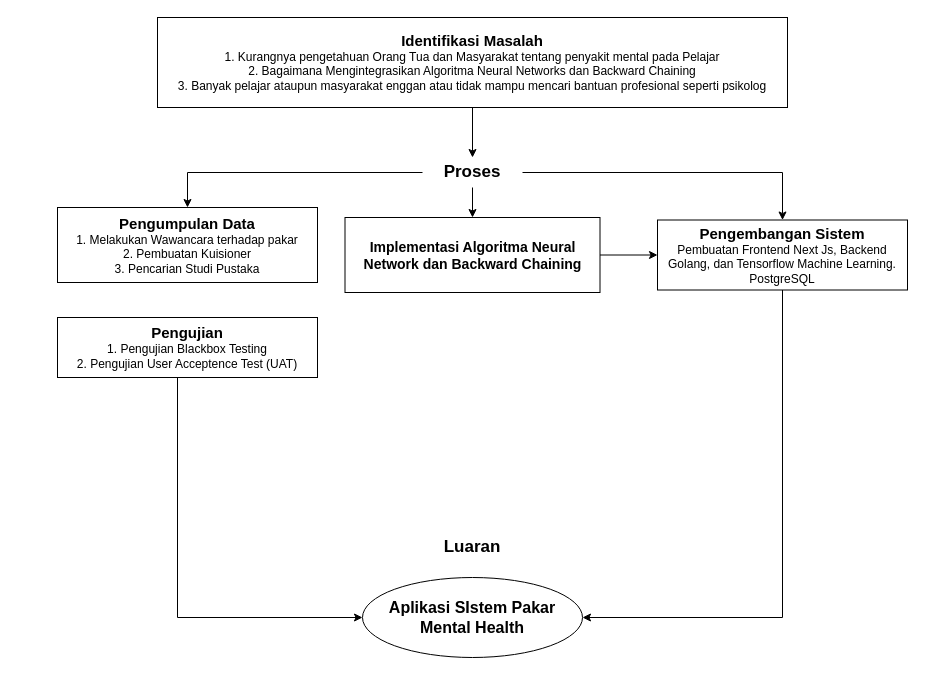
KingRovs771/Skripsi-Document keeps this draw.io diagram as Dokumen/Gambar Diagram/Kerangka Pikir.drawio. Above is the earlier version. Source tidied: cells renumbered, new cells numbered last; positions are measured from the earlier drawing's top-left corner, leaving out a move shared by most shapes. Both pictures are drawn from the tidied source at 100%, with x=0, y=0 at pixel (57, 17).
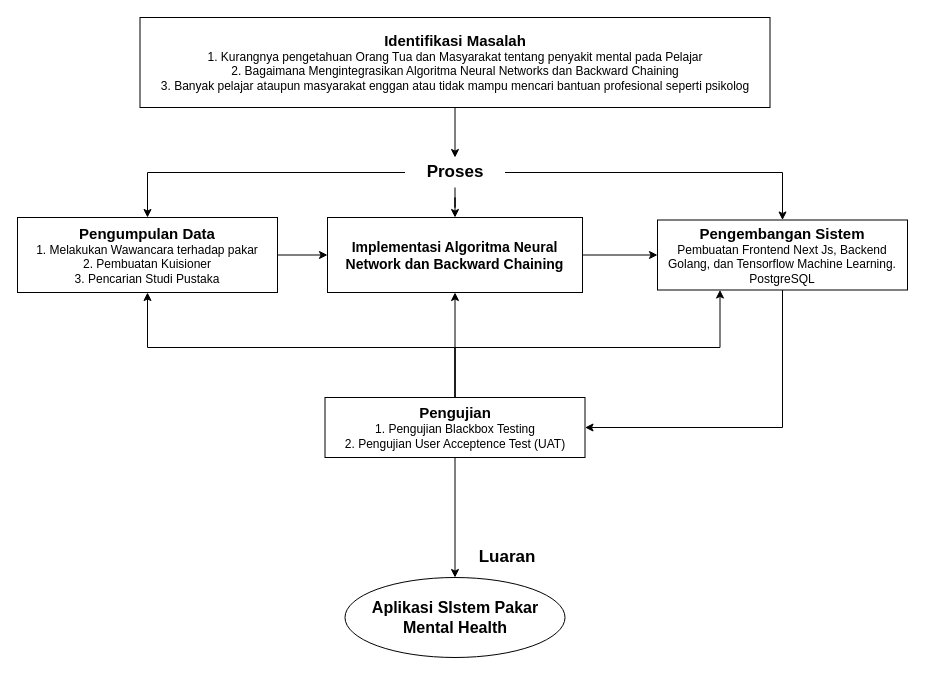
After the change.

Commit message (it also covers changes not shown here):
Update Kerangka Pikir

The change refers to these unchanged cells:
```xml
<mxCell id="8" value="&lt;b&gt;&lt;font style=&quot;font-size: 15px;&quot;&gt;Pengembangan Sistem&lt;/font&gt;&lt;/b&gt;&lt;div&gt;Pembuatan Frontend Next Js, Backend Golang, dan Tensorflow Machine Learning. PostgreSQL&lt;/div&gt;" style="rounded=0;whiteSpace=wrap;html=1;" parent="1" vertex="1">
  <mxGeometry x="600" y="202.5" width="250" height="70" as="geometry" />
</mxCell>
```

Diff of the diagram source:
```diff
@@
     <mxCell id="4" value="Proses" style="text;html=1;align=center;verticalAlign=middle;whiteSpace=wrap;rounded=0;fontSize=17;fontStyle=1;" parent="1" vertex="1">
-      <mxGeometry x="365" y="140" width="100" height="30" as="geometry" />
+      <mxGeometry x="347.5" y="140" width="100" height="30" as="geometry" />
     </mxCell>
@@
-    <mxCell id="7" style="edgeStyle=orthogonalEdgeStyle;rounded=0;jettySize=auto;html=1;entryX=1;entryY=0.5;entryDx=0;entryDy=0;exitX=0.5;exitY=1;exitDx=0;exitDy=0;" parent="1" edge="1" source="8" target="12">
+    <mxCell id="7" style="edgeStyle=orthogonalEdgeStyle;rounded=0;jettySize=auto;html=1;entryX=1;entryY=0.5;entryDx=0;entryDy=0;exitX=0.5;exitY=1;exitDx=0;exitDy=0;" parent="1" edge="1" source="8" target="10">
       <mxGeometry relative="1" as="geometry">
         <Array as="points">
-          <mxPoint x="725" y="600" />
+          <mxPoint x="725" y="410" />
         </Array>
       </mxGeometry>
     </mxCell>
@@
-    <mxCell id="9" style="edgeStyle=orthogonalEdgeStyle;rounded=0;jettySize=auto;html=1;entryX=0;entryY=0.5;entryDx=0;entryDy=0;" parent="1" edge="1" source="10" target="12">
-      <mxGeometry relative="1" as="geometry">
-        <Array as="points">
-          <mxPoint x="120" y="600" />
-        </Array>
-      </mxGeometry>
+    <mxCell id="9" style="edgeStyle=orthogonalEdgeStyle;rounded=0;jettySize=auto;html=1;" parent="1" edge="1" source="10" target="12">
+      <mxGeometry relative="1" as="geometry" />
     </mxCell>
+    <mxCell id="18" style="edgeStyle=orthogonalEdgeStyle;rounded=0;jettySize=auto;html=1;entryX=0.5;entryY=1;entryDx=0;entryDy=0;" parent="1" edge="1" source="10" target="15">
+      <mxGeometry relative="1" as="geometry">
+        <Array as="points">
+          <mxPoint x="398" y="330" />
+          <mxPoint x="90" y="330" />
+        </Array>
+      </mxGeometry>
+    </mxCell>
+    <mxCell id="19" style="edgeStyle=orthogonalEdgeStyle;rounded=0;jettySize=auto;html=1;entryX=0.5;entryY=1;entryDx=0;entryDy=0;" parent="1" edge="1" source="10" target="17">
+      <mxGeometry relative="1" as="geometry" />
+    </mxCell>
+    <mxCell id="20" style="edgeStyle=orthogonalEdgeStyle;rounded=0;jettySize=auto;html=1;entryX=0.25;entryY=1;entryDx=0;entryDy=0;" parent="1" edge="1" source="10" target="8">
+      <mxGeometry relative="1" as="geometry">
+        <Array as="points">
+          <mxPoint x="398" y="330" />
+          <mxPoint x="663" y="330" />
+        </Array>
+      </mxGeometry>
+    </mxCell>
     <mxCell id="10" value="&lt;font style=&quot;font-size: 15px;&quot;&gt;&lt;b&gt;Pengujian&lt;/b&gt;&lt;/font&gt;&lt;div&gt;1. Pengujian Blackbox Testing&lt;/div&gt;&lt;div&gt;2. Pengujian User Acceptence Test (UAT)&lt;/div&gt;" style="rounded=0;whiteSpace=wrap;html=1;" parent="1" vertex="1">
-      <mxGeometry y="300" width="260" height="60" as="geometry" />
+      <mxGeometry x="267.5" y="380" width="260" height="60" as="geometry" />
     </mxCell>
     <mxCell id="11" value="Luaran" style="text;html=1;align=center;verticalAlign=middle;whiteSpace=wrap;rounded=0;fontSize=17;fontStyle=1;" parent="1" vertex="1">
-      <mxGeometry x="365" y="510" width="100" height="40" as="geometry" />
+      <mxGeometry x="400" y="520" width="100" height="40" as="geometry" />
     </mxCell>
     <mxCell id="12" value="&lt;font style=&quot;font-size: 16px;&quot;&gt;Aplikasi SIstem Pakar Mental Health&lt;/font&gt;" style="ellipse;whiteSpace=wrap;html=1;fontStyle=1;" parent="1" vertex="1">
-      <mxGeometry x="305" y="560" width="220" height="80" as="geometry" />
+      <mxGeometry x="287.5" y="560" width="220" height="80" as="geometry" />
     </mxCell>
@@
     <mxCell id="14" value="&lt;b&gt;&lt;font style=&quot;font-size: 15px;&quot;&gt;Identifikasi Masalah&lt;/font&gt;&lt;/b&gt;&lt;div&gt;&lt;font style=&quot;&quot;&gt;1. Kurangnya pengetahuan Orang Tua dan Masyarakat tentang penyakit mental pada Pelajar&lt;/font&gt;&lt;/div&gt;&lt;div&gt;&lt;font style=&quot;&quot;&gt;2. Bagaimana Mengintegrasikan Algoritma Neural Networks dan Backward Chaining&lt;/font&gt;&lt;/div&gt;&lt;div&gt;&lt;font style=&quot;&quot;&gt;3. Banyak pelajar ataupun masyarakat enggan atau tidak mampu mencari bantuan profesional seperti psikolog&lt;/font&gt;&lt;/div&gt;" style="rounded=0;whiteSpace=wrap;html=1;" parent="1" vertex="1">
-      <mxGeometry x="100" width="630" height="90" as="geometry" />
+      <mxGeometry x="82.5" width="630" height="90" as="geometry" />
     </mxCell>
+    <mxCell id="21" style="edgeStyle=orthogonalEdgeStyle;rounded=0;jettySize=auto;html=1;entryX=0;entryY=0.5;entryDx=0;entryDy=0;" parent="1" edge="1" source="15" target="17">
+      <mxGeometry relative="1" as="geometry" />
+    </mxCell>
     <mxCell id="15" value="&lt;font style=&quot;font-size: 15px;&quot;&gt;&lt;b&gt;Pengumpulan Data&lt;/b&gt;&lt;/font&gt;&lt;div&gt;1. Melakukan Wawancara terhadap pakar&lt;/div&gt;&lt;div&gt;2. Pembuatan Kuisioner&lt;/div&gt;&lt;div&gt;3. Pencarian Studi Pustaka&lt;/div&gt;" style="rounded=0;whiteSpace=wrap;html=1;" parent="1" vertex="1">
-      <mxGeometry y="190" width="260" height="75" as="geometry" />
+      <mxGeometry x="-40" y="200" width="260" height="75" as="geometry" />
     </mxCell>
@@
     <mxCell id="17" value="&lt;span style=&quot;font-weight: 700;&quot;&gt;&lt;font style=&quot;font-size: 14px;&quot;&gt;Implementasi Algoritma Neural Network dan Backward Chaining&lt;/font&gt;&lt;/span&gt;" style="rounded=0;whiteSpace=wrap;html=1;" parent="1" vertex="1">
-      <mxGeometry x="287.5" y="200" width="255" height="75" as="geometry" />
+      <mxGeometry x="270" y="200" width="255" height="75" as="geometry" />
     </mxCell>
```
